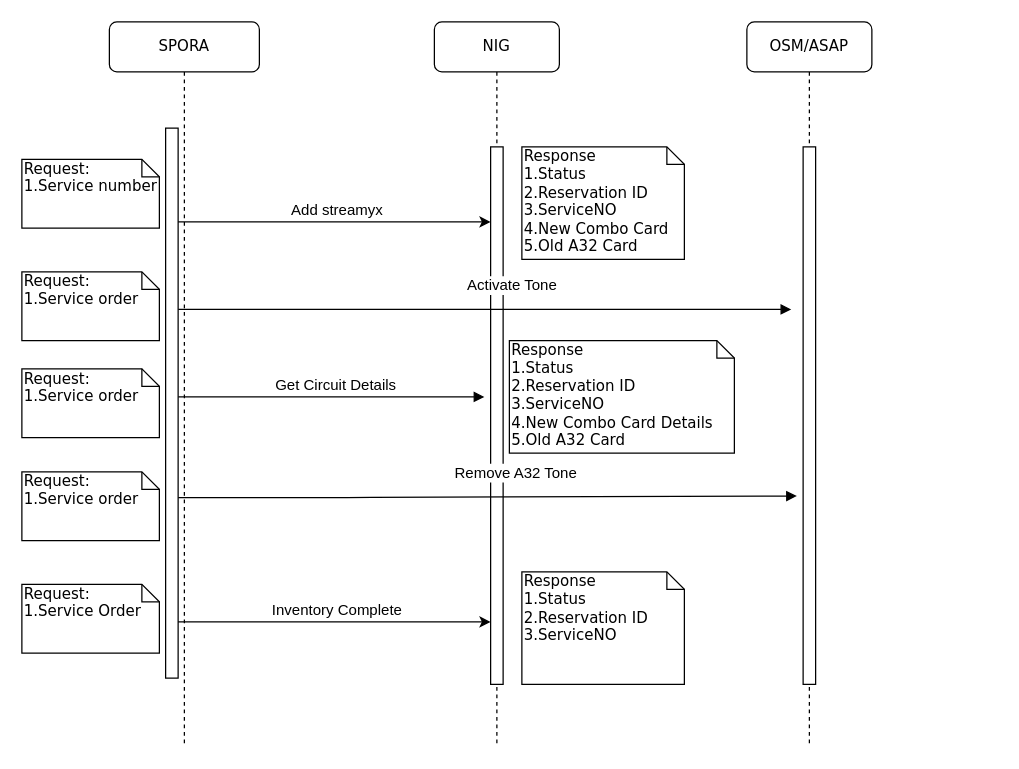
Before: Untitled Diagram.drawio in joekeyel/xstate, a draw.io diagram. Source tidied: cells renumbered, new cells numbered last; positions are measured from the earlier drawing's top-left corner, leaving out a move shared by most shapes. Both pictures are drawn from the tidied source at 125%, with x=0, y=0 at pixel (21, 21).
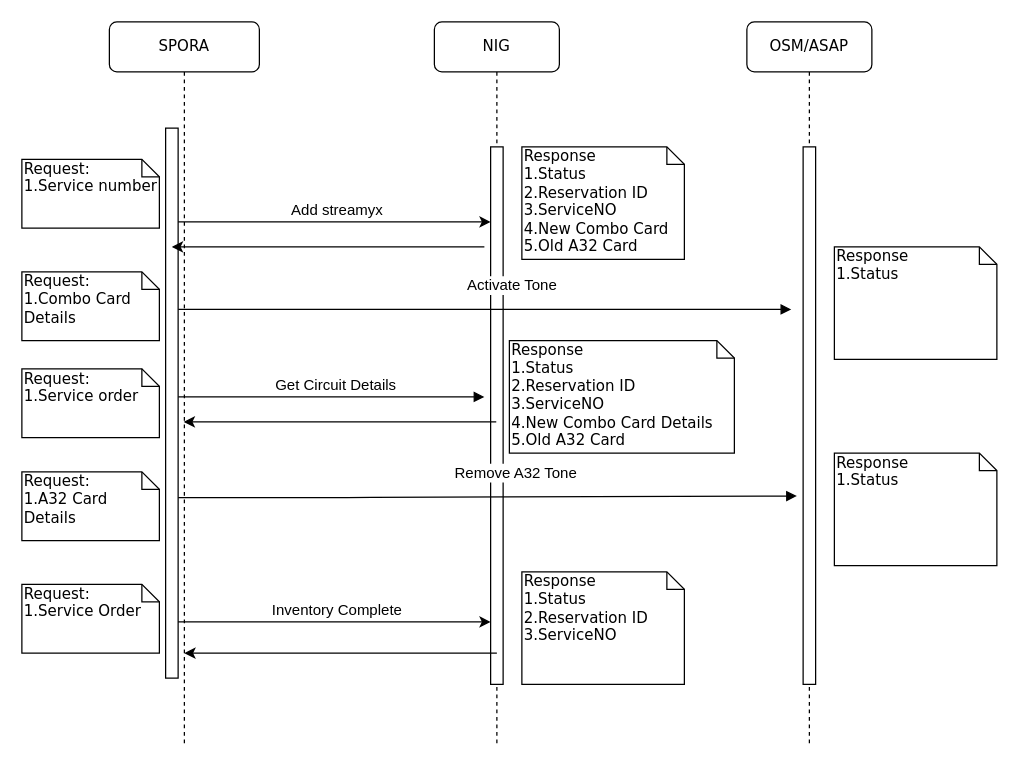
The same page after the edit.

Commit message:
NIG SPORA Phase 2

Unchanged cells that the change refers to:
```xml
<mxCell id="2" value="NIG" style="shape=umlLifeline;perimeter=lifelinePerimeter;whiteSpace=wrap;html=1;outlineConnect=0;rounded=1;shadow=0;comic=0;labelBackgroundColor=none;strokeWidth=1;fontFamily=Verdana;fontSize=12;align=center;" parent="1" vertex="1">
  <mxGeometry x="330" width="100" height="580" as="geometry" />
</mxCell>
<mxCell id="10" value="SPORA" style="shape=umlLifeline;perimeter=lifelinePerimeter;whiteSpace=wrap;html=1;outlineConnect=0;rounded=1;shadow=0;comic=0;labelBackgroundColor=none;strokeWidth=1;fontFamily=Verdana;fontSize=12;align=center;" parent="1" vertex="1">
  <mxGeometry x="70" width="120" height="580" as="geometry" />
</mxCell>
```

Change to the diagram source:
```diff
@@
-    <mxCell id="12" value="Request:&lt;br&gt;1.Service order" style="shape=note;whiteSpace=wrap;html=1;size=14;verticalAlign=top;align=left;spacingTop=-6;rounded=0;shadow=0;comic=0;labelBackgroundColor=none;strokeWidth=1;fontFamily=Verdana;fontSize=12;" parent="10" vertex="1">
+    <mxCell id="12" value="Request:&lt;br&gt;1.Combo Card Details" style="shape=note;whiteSpace=wrap;html=1;size=14;verticalAlign=top;align=left;spacingTop=-6;rounded=0;shadow=0;comic=0;labelBackgroundColor=none;strokeWidth=1;fontFamily=Verdana;fontSize=12;" parent="10" vertex="1">
       <mxGeometry x="-70" y="200" width="110" height="55" as="geometry" />
     </mxCell>
@@
-    <mxCell id="14" value="Request:&lt;br&gt;1.Service order" style="shape=note;whiteSpace=wrap;html=1;size=14;verticalAlign=top;align=left;spacingTop=-6;rounded=0;shadow=0;comic=0;labelBackgroundColor=none;strokeWidth=1;fontFamily=Verdana;fontSize=12;" parent="10" vertex="1">
+    <mxCell id="14" value="Request:&lt;br&gt;1.A32 Card Details" style="shape=note;whiteSpace=wrap;html=1;size=14;verticalAlign=top;align=left;spacingTop=-6;rounded=0;shadow=0;comic=0;labelBackgroundColor=none;strokeWidth=1;fontFamily=Verdana;fontSize=12;" parent="10" vertex="1">
       <mxGeometry x="-70" y="360" width="110" height="55" as="geometry" />
     </mxCell>
@@
+    <mxCell id="26" value="Response&lt;br&gt;1.Status&lt;br&gt;" style="shape=note;whiteSpace=wrap;html=1;size=14;verticalAlign=top;align=left;spacingTop=-6;rounded=0;shadow=0;comic=0;labelBackgroundColor=none;strokeWidth=1;fontFamily=Verdana;fontSize=12;" parent="1" vertex="1">
+      <mxGeometry x="650" y="345" width="130" height="90" as="geometry" />
+    </mxCell>
+    <mxCell id="27" value="Response&lt;br&gt;1.Status&lt;br&gt;" style="shape=note;whiteSpace=wrap;html=1;size=14;verticalAlign=top;align=left;spacingTop=-6;rounded=0;shadow=0;comic=0;labelBackgroundColor=none;strokeWidth=1;fontFamily=Verdana;fontSize=12;" parent="1" vertex="1">
+      <mxGeometry x="650" y="180" width="130" height="90" as="geometry" />
+    </mxCell>
+    <mxCell id="28" style="endArrow=classic;html=1;rounded=0;fontSize=12;" parent="1" edge="1" source="2" target="10">
+      <mxGeometry relative="1" as="geometry">
+        <Array as="points">
+          <mxPoint x="320" y="320" />
+          <mxPoint x="290" y="320" />
+        </Array>
+      </mxGeometry>
+    </mxCell>
+    <mxCell id="29" style="endArrow=classic;html=1;rounded=0;fontSize=12;" parent="1" edge="1">
+      <mxGeometry relative="1" as="geometry">
+        <mxPoint x="370" y="180" as="sourcePoint" />
+        <mxPoint x="120" y="180" as="targetPoint" />
+        <Array as="points">
+          <mxPoint x="310.5" y="180" />
+          <mxPoint x="280.5" y="180" />
+        </Array>
+      </mxGeometry>
+    </mxCell>
+    <mxCell id="30" style="endArrow=classic;html=1;rounded=0;fontSize=12;" parent="1" edge="1">
+      <mxGeometry relative="1" as="geometry">
+        <mxPoint x="380" y="505" as="sourcePoint" />
+        <mxPoint x="130" y="505" as="targetPoint" />
+        <Array as="points">
+          <mxPoint x="320.5" y="505" />
+          <mxPoint x="290.5" y="505" />
+        </Array>
+      </mxGeometry>
+    </mxCell>
```
